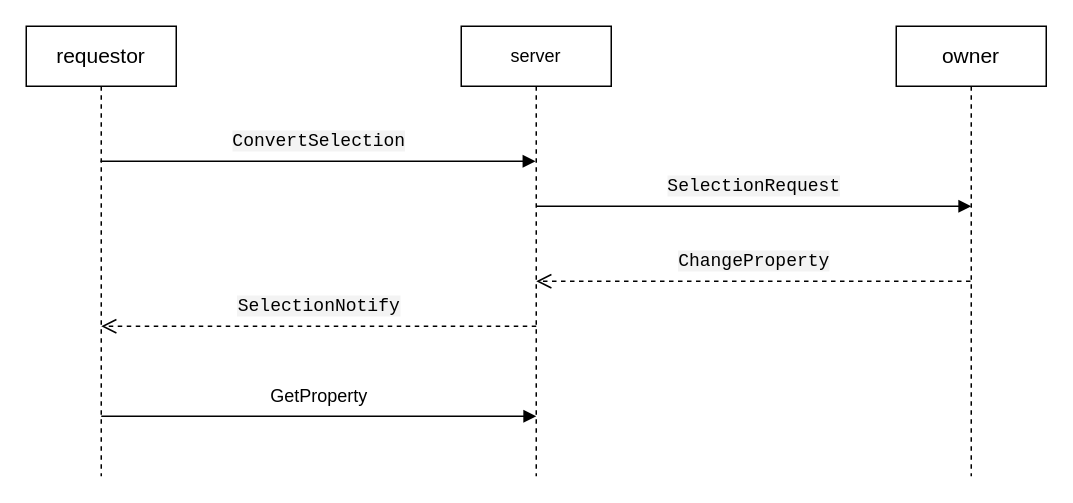
This is clipboard.drawio from jiafengjason/draw.io, a draw.io file, before an edit. Source tidied: cells renumbered, new cells numbered last; positions are measured from the earlier drawing's top-left corner, leaving out a move shared by most shapes. Both pictures are drawn from the tidied source at 150%, with x=0, y=0 at pixel (26, 26).
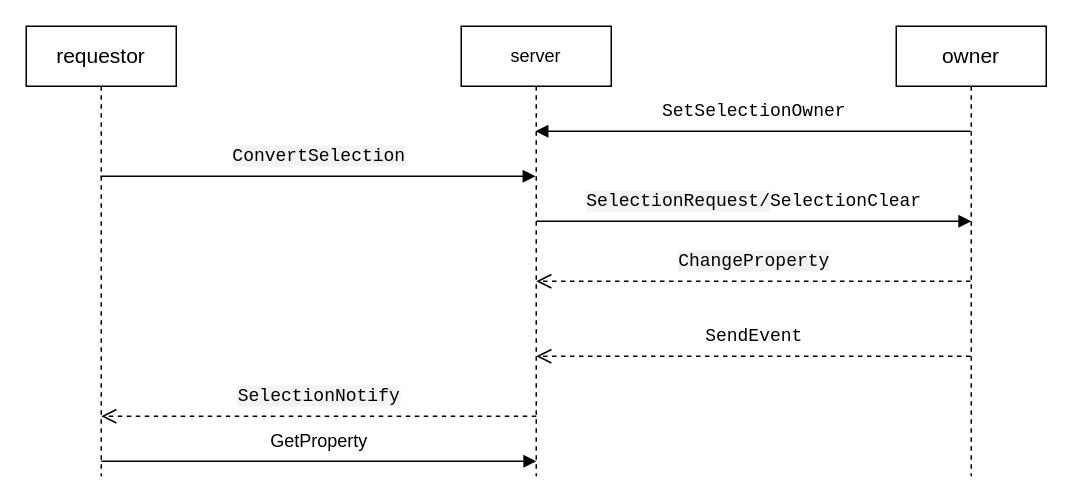
After the change.

The edit, as a diff of the source:
```diff
@@
 <mxGraphModel>
   <root>
     <mxCell id="0" />
     <mxCell id="1" parent="0" />
     <mxCell id="2" value="&lt;article data-content=&quot;[{&amp;quot;type&amp;quot;:&amp;quot;block&amp;quot;,&amp;quot;id&amp;quot;:&amp;quot;aEuA-1730951918483&amp;quot;,&amp;quot;name&amp;quot;:&amp;quot;paragraph&amp;quot;,&amp;quot;data&amp;quot;:{},&amp;quot;nodes&amp;quot;:[{&amp;quot;type&amp;quot;:&amp;quot;text&amp;quot;,&amp;quot;id&amp;quot;:&amp;quot;JCrA-1730877687863&amp;quot;,&amp;quot;leaves&amp;quot;:[{&amp;quot;text&amp;quot;:&amp;quot;owner&amp;quot;,&amp;quot;marks&amp;quot;:[]}]}]}]&quot;&gt;&lt;div style=&quot;white-space-collapse: preserve; line-height: 1.75; font-size: 14px; text-align: left;&quot;&gt;owner&lt;/div&gt;&lt;/article&gt;" style="shape=umlLifeline;perimeter=lifelinePerimeter;whiteSpace=wrap;html=1;newEdgeStyle={&quot;curved&quot;:0,&quot;rounded&quot;:0};" parent="1" vertex="1">
       <mxGeometry x="580" width="100" height="300" as="geometry" />
     </mxCell>
     <mxCell id="3" value="&lt;article data-content=&quot;[{&amp;quot;type&amp;quot;:&amp;quot;block&amp;quot;,&amp;quot;id&amp;quot;:&amp;quot;F44P-1730951996531&amp;quot;,&amp;quot;name&amp;quot;:&amp;quot;paragraph&amp;quot;,&amp;quot;data&amp;quot;:{},&amp;quot;nodes&amp;quot;:[{&amp;quot;type&amp;quot;:&amp;quot;text&amp;quot;,&amp;quot;id&amp;quot;:&amp;quot;avoz-1730877687871&amp;quot;,&amp;quot;leaves&amp;quot;:[{&amp;quot;text&amp;quot;:&amp;quot;requestor&amp;quot;,&amp;quot;marks&amp;quot;:[]}]}]}]&quot;&gt;&lt;div style=&quot;white-space-collapse: preserve; line-height: 1.75; font-size: 14px; text-align: left;&quot;&gt;requestor&lt;/div&gt;&lt;/article&gt;" style="shape=umlLifeline;perimeter=lifelinePerimeter;whiteSpace=wrap;html=1;newEdgeStyle={&quot;curved&quot;:0,&quot;rounded&quot;:0};" parent="1" vertex="1">
       <mxGeometry width="100" height="300" as="geometry" />
     </mxCell>
     <mxCell id="4" value="server" style="shape=umlLifeline;perimeter=lifelinePerimeter;whiteSpace=wrap;html=1;newEdgeStyle={&quot;curved&quot;:0,&quot;rounded&quot;:0};" parent="1" vertex="1">
       <mxGeometry x="290" width="100" height="300" as="geometry" />
     </mxCell>
     <mxCell id="5" value="&lt;article data-content=&quot;[{&amp;quot;type&amp;quot;:&amp;quot;block&amp;quot;,&amp;quot;id&amp;quot;:&amp;quot;3SFj-1730957939369&amp;quot;,&amp;quot;name&amp;quot;:&amp;quot;paragraph&amp;quot;,&amp;quot;data&amp;quot;:{},&amp;quot;nodes&amp;quot;:[{&amp;quot;type&amp;quot;:&amp;quot;text&amp;quot;,&amp;quot;id&amp;quot;:&amp;quot;avoz-1730877687871&amp;quot;,&amp;quot;leaves&amp;quot;:[{&amp;quot;text&amp;quot;:&amp;quot;ConvertSelection&amp;quot;,&amp;quot;marks&amp;quot;:[{&amp;quot;type&amp;quot;:&amp;quot;backgroundColor&amp;quot;,&amp;quot;value&amp;quot;:&amp;quot;rgba(27,&amp;nbsp;31,&amp;nbsp;35,&amp;nbsp;0.05)&amp;quot;},{&amp;quot;type&amp;quot;:&amp;quot;fontSize&amp;quot;,&amp;quot;value&amp;quot;:12},{&amp;quot;type&amp;quot;:&amp;quot;fontFamily&amp;quot;,&amp;quot;value&amp;quot;:&amp;quot;Courier&amp;nbsp;New&amp;quot;}]}]}]}]&quot;&gt;&lt;div style=&quot;white-space:pre-wrap;line-height:1.75;font-size:14px;text-align:left;&quot;&gt;&lt;span style=&quot;background-color: rgba(27, 31, 35, 0.05);font-size: 12px;font-family: Courier New;&quot;&gt;ConvertSelection&lt;/span&gt;&lt;/div&gt;&lt;/article&gt;" style="html=1;verticalAlign=bottom;endArrow=block;curved=0;rounded=0;" parent="1" edge="1">
       <mxGeometry relative="1" as="geometry">
-        <mxPoint x="49.5" y="90" as="sourcePoint" />
-        <mxPoint x="339.5" y="90" as="targetPoint" />
+        <mxPoint x="49.5" y="100" as="sourcePoint" />
+        <mxPoint x="339.5" y="100" as="targetPoint" />
       </mxGeometry>
     </mxCell>
-    <mxCell id="6" value="&lt;article data-content=&quot;[{&amp;quot;type&amp;quot;:&amp;quot;block&amp;quot;,&amp;quot;id&amp;quot;:&amp;quot;3SFj-1730957939369&amp;quot;,&amp;quot;name&amp;quot;:&amp;quot;paragraph&amp;quot;,&amp;quot;data&amp;quot;:{},&amp;quot;nodes&amp;quot;:[{&amp;quot;type&amp;quot;:&amp;quot;text&amp;quot;,&amp;quot;id&amp;quot;:&amp;quot;avoz-1730877687871&amp;quot;,&amp;quot;leaves&amp;quot;:[{&amp;quot;text&amp;quot;:&amp;quot;ConvertSelection&amp;quot;,&amp;quot;marks&amp;quot;:[{&amp;quot;type&amp;quot;:&amp;quot;backgroundColor&amp;quot;,&amp;quot;value&amp;quot;:&amp;quot;rgba(27,&amp;nbsp;31,&amp;nbsp;35,&amp;nbsp;0.05)&amp;quot;},{&amp;quot;type&amp;quot;:&amp;quot;fontSize&amp;quot;,&amp;quot;value&amp;quot;:12},{&amp;quot;type&amp;quot;:&amp;quot;fontFamily&amp;quot;,&amp;quot;value&amp;quot;:&amp;quot;Courier&amp;nbsp;New&amp;quot;}]}]}]}]&quot;&gt;&lt;div style=&quot;white-space:pre-wrap;line-height:1.75;font-size:14px;text-align:left;&quot;&gt;&lt;article data-content=&quot;[{&amp;quot;type&amp;quot;:&amp;quot;block&amp;quot;,&amp;quot;id&amp;quot;:&amp;quot;Torq-1730957968869&amp;quot;,&amp;quot;name&amp;quot;:&amp;quot;paragraph&amp;quot;,&amp;quot;data&amp;quot;:{},&amp;quot;nodes&amp;quot;:[{&amp;quot;type&amp;quot;:&amp;quot;text&amp;quot;,&amp;quot;id&amp;quot;:&amp;quot;D3OK-1730877687873&amp;quot;,&amp;quot;leaves&amp;quot;:[{&amp;quot;text&amp;quot;:&amp;quot;SelectionRequest&amp;quot;,&amp;quot;marks&amp;quot;:[{&amp;quot;type&amp;quot;:&amp;quot;backgroundColor&amp;quot;,&amp;quot;value&amp;quot;:&amp;quot;rgba(27,&amp;nbsp;31,&amp;nbsp;35,&amp;nbsp;0.05)&amp;quot;},{&amp;quot;type&amp;quot;:&amp;quot;fontSize&amp;quot;,&amp;quot;value&amp;quot;:12},{&amp;quot;type&amp;quot;:&amp;quot;fontFamily&amp;quot;,&amp;quot;value&amp;quot;:&amp;quot;Courier&amp;nbsp;New&amp;quot;}]}]}]}]&quot;&gt;&lt;div style=&quot;line-height: 1.75;&quot;&gt;&lt;span style=&quot;background-color: rgba(27, 31, 35, 0.05);font-size: 12px;font-family: Courier New;&quot;&gt;SelectionRequest&lt;/span&gt;&lt;/div&gt;&lt;/article&gt;&lt;/div&gt;&lt;/article&gt;" style="html=1;verticalAlign=bottom;endArrow=block;curved=0;rounded=0;" parent="1" edge="1">
+    <mxCell id="6" value="&lt;article data-content=&quot;[{&amp;quot;type&amp;quot;:&amp;quot;block&amp;quot;,&amp;quot;id&amp;quot;:&amp;quot;3SFj-1730957939369&amp;quot;,&amp;quot;name&amp;quot;:&amp;quot;paragraph&amp;quot;,&amp;quot;data&amp;quot;:{},&amp;quot;nodes&amp;quot;:[{&amp;quot;type&amp;quot;:&amp;quot;text&amp;quot;,&amp;quot;id&amp;quot;:&amp;quot;avoz-1730877687871&amp;quot;,&amp;quot;leaves&amp;quot;:[{&amp;quot;text&amp;quot;:&amp;quot;ConvertSelection&amp;quot;,&amp;quot;marks&amp;quot;:[{&amp;quot;type&amp;quot;:&amp;quot;backgroundColor&amp;quot;,&amp;quot;value&amp;quot;:&amp;quot;rgba(27,&amp;nbsp;31,&amp;nbsp;35,&amp;nbsp;0.05)&amp;quot;},{&amp;quot;type&amp;quot;:&amp;quot;fontSize&amp;quot;,&amp;quot;value&amp;quot;:12},{&amp;quot;type&amp;quot;:&amp;quot;fontFamily&amp;quot;,&amp;quot;value&amp;quot;:&amp;quot;Courier&amp;nbsp;New&amp;quot;}]}]}]}]&quot;&gt;&lt;div style=&quot;line-height: 1.75; text-align: left;&quot;&gt;&lt;article style=&quot;&quot; data-content=&quot;[{&amp;quot;type&amp;quot;:&amp;quot;block&amp;quot;,&amp;quot;id&amp;quot;:&amp;quot;Torq-1730957968869&amp;quot;,&amp;quot;name&amp;quot;:&amp;quot;paragraph&amp;quot;,&amp;quot;data&amp;quot;:{},&amp;quot;nodes&amp;quot;:[{&amp;quot;type&amp;quot;:&amp;quot;text&amp;quot;,&amp;quot;id&amp;quot;:&amp;quot;D3OK-1730877687873&amp;quot;,&amp;quot;leaves&amp;quot;:[{&amp;quot;text&amp;quot;:&amp;quot;SelectionRequest&amp;quot;,&amp;quot;marks&amp;quot;:[{&amp;quot;type&amp;quot;:&amp;quot;backgroundColor&amp;quot;,&amp;quot;value&amp;quot;:&amp;quot;rgba(27,&amp;nbsp;31,&amp;nbsp;35,&amp;nbsp;0.05)&amp;quot;},{&amp;quot;type&amp;quot;:&amp;quot;fontSize&amp;quot;,&amp;quot;value&amp;quot;:12},{&amp;quot;type&amp;quot;:&amp;quot;fontFamily&amp;quot;,&amp;quot;value&amp;quot;:&amp;quot;Courier&amp;nbsp;New&amp;quot;}]}]}]}]&quot;&gt;&lt;div style=&quot;line-height: 1.75;&quot;&gt;&lt;span style=&quot;font-size: 12px; white-space: pre-wrap; background-color: rgba(27, 31, 35, 0.05); font-family: &amp;quot;Courier New&amp;quot;;&quot;&gt;SelectionRequest/&lt;/span&gt;&lt;font face=&quot;Courier New&quot;&gt;&lt;span style=&quot;font-size: 12px; white-space: pre-wrap;&quot;&gt;SelectionClear&lt;/span&gt;&lt;/font&gt;&lt;/div&gt;&lt;/article&gt;&lt;/div&gt;&lt;/article&gt;" style="html=1;verticalAlign=bottom;endArrow=block;curved=0;rounded=0;" parent="1" edge="1">
       <mxGeometry relative="1" as="geometry">
-        <mxPoint x="340" y="120" as="sourcePoint" />
-        <mxPoint x="630" y="120" as="targetPoint" />
+        <mxPoint x="340" y="130" as="sourcePoint" />
+        <mxPoint x="630" y="130" as="targetPoint" />
       </mxGeometry>
     </mxCell>
     <mxCell id="7" value="&lt;article data-content=&quot;[{&amp;quot;type&amp;quot;:&amp;quot;block&amp;quot;,&amp;quot;id&amp;quot;:&amp;quot;j9ZI-1730958037897&amp;quot;,&amp;quot;name&amp;quot;:&amp;quot;paragraph&amp;quot;,&amp;quot;data&amp;quot;:{},&amp;quot;nodes&amp;quot;:[{&amp;quot;type&amp;quot;:&amp;quot;text&amp;quot;,&amp;quot;id&amp;quot;:&amp;quot;Ull5-1730877687875&amp;quot;,&amp;quot;leaves&amp;quot;:[{&amp;quot;text&amp;quot;:&amp;quot;ChangeProperty&amp;quot;,&amp;quot;marks&amp;quot;:[{&amp;quot;type&amp;quot;:&amp;quot;backgroundColor&amp;quot;,&amp;quot;value&amp;quot;:&amp;quot;rgba(27,&amp;nbsp;31,&amp;nbsp;35,&amp;nbsp;0.05)&amp;quot;},{&amp;quot;type&amp;quot;:&amp;quot;fontSize&amp;quot;,&amp;quot;value&amp;quot;:12},{&amp;quot;type&amp;quot;:&amp;quot;fontFamily&amp;quot;,&amp;quot;value&amp;quot;:&amp;quot;Courier&amp;nbsp;New&amp;quot;}]}]}]}]&quot;&gt;&lt;div style=&quot;white-space:pre-wrap;line-height:1.75;font-size:14px;text-align:left;&quot;&gt;&lt;span style=&quot;background-color: rgba(27, 31, 35, 0.05);font-size: 12px;font-family: Courier New;&quot;&gt;ChangeProperty&lt;/span&gt;&lt;/div&gt;&lt;/article&gt;" style="html=1;verticalAlign=bottom;endArrow=open;dashed=1;endSize=8;curved=0;rounded=0;" parent="1" edge="1">
       <mxGeometry relative="1" as="geometry">
         <mxPoint x="629.5" y="170" as="sourcePoint" />
         <mxPoint x="340" y="170" as="targetPoint" />
       </mxGeometry>
     </mxCell>
     <mxCell id="8" value="&lt;article data-content=&quot;[{&amp;quot;type&amp;quot;:&amp;quot;block&amp;quot;,&amp;quot;id&amp;quot;:&amp;quot;j9ZI-1730958037897&amp;quot;,&amp;quot;name&amp;quot;:&amp;quot;paragraph&amp;quot;,&amp;quot;data&amp;quot;:{},&amp;quot;nodes&amp;quot;:[{&amp;quot;type&amp;quot;:&amp;quot;text&amp;quot;,&amp;quot;id&amp;quot;:&amp;quot;Ull5-1730877687875&amp;quot;,&amp;quot;leaves&amp;quot;:[{&amp;quot;text&amp;quot;:&amp;quot;ChangeProperty&amp;quot;,&amp;quot;marks&amp;quot;:[{&amp;quot;type&amp;quot;:&amp;quot;backgroundColor&amp;quot;,&amp;quot;value&amp;quot;:&amp;quot;rgba(27,&amp;nbsp;31,&amp;nbsp;35,&amp;nbsp;0.05)&amp;quot;},{&amp;quot;type&amp;quot;:&amp;quot;fontSize&amp;quot;,&amp;quot;value&amp;quot;:12},{&amp;quot;type&amp;quot;:&amp;quot;fontFamily&amp;quot;,&amp;quot;value&amp;quot;:&amp;quot;Courier&amp;nbsp;New&amp;quot;}]}]}]}]&quot;&gt;&lt;div style=&quot;white-space:pre-wrap;line-height:1.75;font-size:14px;text-align:left;&quot;&gt;&lt;article data-content=&quot;[{&amp;quot;type&amp;quot;:&amp;quot;block&amp;quot;,&amp;quot;id&amp;quot;:&amp;quot;VEhw-1730959200791&amp;quot;,&amp;quot;name&amp;quot;:&amp;quot;paragraph&amp;quot;,&amp;quot;data&amp;quot;:{},&amp;quot;nodes&amp;quot;:[{&amp;quot;type&amp;quot;:&amp;quot;text&amp;quot;,&amp;quot;id&amp;quot;:&amp;quot;f77g-1730877687877&amp;quot;,&amp;quot;leaves&amp;quot;:[{&amp;quot;text&amp;quot;:&amp;quot;SelectionNotify&amp;quot;,&amp;quot;marks&amp;quot;:[{&amp;quot;type&amp;quot;:&amp;quot;backgroundColor&amp;quot;,&amp;quot;value&amp;quot;:&amp;quot;rgba(27,&amp;nbsp;31,&amp;nbsp;35,&amp;nbsp;0.05)&amp;quot;},{&amp;quot;type&amp;quot;:&amp;quot;fontSize&amp;quot;,&amp;quot;value&amp;quot;:12},{&amp;quot;type&amp;quot;:&amp;quot;fontFamily&amp;quot;,&amp;quot;value&amp;quot;:&amp;quot;Courier&amp;nbsp;New&amp;quot;}]}]}]}]&quot;&gt;&lt;div style=&quot;line-height: 1.75;&quot;&gt;&lt;span style=&quot;background-color: rgba(27, 31, 35, 0.05);font-size: 12px;font-family: Courier New;&quot;&gt;SelectionNotify&lt;/span&gt;&lt;/div&gt;&lt;/article&gt;&lt;/div&gt;&lt;/article&gt;" style="html=1;verticalAlign=bottom;endArrow=open;dashed=1;endSize=8;curved=0;rounded=0;" parent="1" edge="1">
       <mxGeometry relative="1" as="geometry">
-        <mxPoint x="340" y="200" as="sourcePoint" />
-        <mxPoint x="50" y="200" as="targetPoint" />
+        <mxPoint x="340" y="260" as="sourcePoint" />
+        <mxPoint x="50" y="260" as="targetPoint" />
       </mxGeometry>
     </mxCell>
     <mxCell id="9" value="&lt;article data-content=&quot;[{&amp;quot;type&amp;quot;:&amp;quot;block&amp;quot;,&amp;quot;id&amp;quot;:&amp;quot;3SFj-1730957939369&amp;quot;,&amp;quot;name&amp;quot;:&amp;quot;paragraph&amp;quot;,&amp;quot;data&amp;quot;:{},&amp;quot;nodes&amp;quot;:[{&amp;quot;type&amp;quot;:&amp;quot;text&amp;quot;,&amp;quot;id&amp;quot;:&amp;quot;avoz-1730877687871&amp;quot;,&amp;quot;leaves&amp;quot;:[{&amp;quot;text&amp;quot;:&amp;quot;ConvertSelection&amp;quot;,&amp;quot;marks&amp;quot;:[{&amp;quot;type&amp;quot;:&amp;quot;backgroundColor&amp;quot;,&amp;quot;value&amp;quot;:&amp;quot;rgba(27,&amp;nbsp;31,&amp;nbsp;35,&amp;nbsp;0.05)&amp;quot;},{&amp;quot;type&amp;quot;:&amp;quot;fontSize&amp;quot;,&amp;quot;value&amp;quot;:12},{&amp;quot;type&amp;quot;:&amp;quot;fontFamily&amp;quot;,&amp;quot;value&amp;quot;:&amp;quot;Courier&amp;nbsp;New&amp;quot;}]}]}]}]&quot;&gt;&lt;div style=&quot;white-space:pre-wrap;line-height:1.75;font-size:14px;text-align:left;&quot;&gt;&lt;article data-content=&quot;[{&amp;quot;type&amp;quot;:&amp;quot;block&amp;quot;,&amp;quot;id&amp;quot;:&amp;quot;d8XY-1730960666272&amp;quot;,&amp;quot;name&amp;quot;:&amp;quot;paragraph&amp;quot;,&amp;quot;data&amp;quot;:{},&amp;quot;nodes&amp;quot;:[{&amp;quot;type&amp;quot;:&amp;quot;text&amp;quot;,&amp;quot;id&amp;quot;:&amp;quot;1brN-1730877687879&amp;quot;,&amp;quot;leaves&amp;quot;:[{&amp;quot;text&amp;quot;:&amp;quot;GetProperty&amp;quot;,&amp;quot;marks&amp;quot;:[{&amp;quot;type&amp;quot;:&amp;quot;fontSize&amp;quot;,&amp;quot;value&amp;quot;:12}]}]}]}]&quot;&gt;&lt;div style=&quot;line-height: 1.75;&quot;&gt;&lt;span style=&quot;font-size: 12px;&quot;&gt;GetProperty&lt;/span&gt;&lt;/div&gt;&lt;/article&gt;&lt;/div&gt;&lt;/article&gt;" style="html=1;verticalAlign=bottom;endArrow=block;curved=0;rounded=0;" parent="1" edge="1">
       <mxGeometry relative="1" as="geometry">
-        <mxPoint x="50" y="260" as="sourcePoint" />
-        <mxPoint x="340" y="260" as="targetPoint" />
+        <mxPoint x="50" y="290" as="sourcePoint" />
+        <mxPoint x="340" y="290" as="targetPoint" />
       </mxGeometry>
     </mxCell>
+    <mxCell id="10" value="&lt;article data-content=&quot;[{&amp;quot;type&amp;quot;:&amp;quot;block&amp;quot;,&amp;quot;id&amp;quot;:&amp;quot;3SFj-1730957939369&amp;quot;,&amp;quot;name&amp;quot;:&amp;quot;paragraph&amp;quot;,&amp;quot;data&amp;quot;:{},&amp;quot;nodes&amp;quot;:[{&amp;quot;type&amp;quot;:&amp;quot;text&amp;quot;,&amp;quot;id&amp;quot;:&amp;quot;avoz-1730877687871&amp;quot;,&amp;quot;leaves&amp;quot;:[{&amp;quot;text&amp;quot;:&amp;quot;ConvertSelection&amp;quot;,&amp;quot;marks&amp;quot;:[{&amp;quot;type&amp;quot;:&amp;quot;backgroundColor&amp;quot;,&amp;quot;value&amp;quot;:&amp;quot;rgba(27,&amp;nbsp;31,&amp;nbsp;35,&amp;nbsp;0.05)&amp;quot;},{&amp;quot;type&amp;quot;:&amp;quot;fontSize&amp;quot;,&amp;quot;value&amp;quot;:12},{&amp;quot;type&amp;quot;:&amp;quot;fontFamily&amp;quot;,&amp;quot;value&amp;quot;:&amp;quot;Courier&amp;nbsp;New&amp;quot;}]}]}]}]&quot;&gt;&lt;div style=&quot;line-height: 1.75; text-align: left;&quot;&gt;&lt;font face=&quot;Courier New&quot;&gt;&lt;span style=&quot;font-size: 12px; white-space: pre-wrap;&quot;&gt;SetSelectionOwner&lt;/span&gt;&lt;/font&gt;&lt;/div&gt;&lt;/article&gt;" style="html=1;verticalAlign=bottom;endArrow=block;curved=0;rounded=0;" parent="1" edge="1">
+      <mxGeometry relative="1" as="geometry">
+        <mxPoint x="629.5" y="70" as="sourcePoint" />
+        <mxPoint x="339.5" y="70" as="targetPoint" />
+      </mxGeometry>
+    </mxCell>
+    <mxCell id="11" value="&lt;article data-content=&quot;[{&amp;quot;type&amp;quot;:&amp;quot;block&amp;quot;,&amp;quot;id&amp;quot;:&amp;quot;j9ZI-1730958037897&amp;quot;,&amp;quot;name&amp;quot;:&amp;quot;paragraph&amp;quot;,&amp;quot;data&amp;quot;:{},&amp;quot;nodes&amp;quot;:[{&amp;quot;type&amp;quot;:&amp;quot;text&amp;quot;,&amp;quot;id&amp;quot;:&amp;quot;Ull5-1730877687875&amp;quot;,&amp;quot;leaves&amp;quot;:[{&amp;quot;text&amp;quot;:&amp;quot;ChangeProperty&amp;quot;,&amp;quot;marks&amp;quot;:[{&amp;quot;type&amp;quot;:&amp;quot;backgroundColor&amp;quot;,&amp;quot;value&amp;quot;:&amp;quot;rgba(27,&amp;nbsp;31,&amp;nbsp;35,&amp;nbsp;0.05)&amp;quot;},{&amp;quot;type&amp;quot;:&amp;quot;fontSize&amp;quot;,&amp;quot;value&amp;quot;:12},{&amp;quot;type&amp;quot;:&amp;quot;fontFamily&amp;quot;,&amp;quot;value&amp;quot;:&amp;quot;Courier&amp;nbsp;New&amp;quot;}]}]}]}]&quot;&gt;&lt;div style=&quot;line-height: 1.75; text-align: left;&quot;&gt;&lt;font face=&quot;Courier New&quot;&gt;&lt;span style=&quot;font-size: 12px; white-space: pre-wrap;&quot;&gt;SendEvent&lt;/span&gt;&lt;/font&gt;&lt;/div&gt;&lt;/article&gt;" style="html=1;verticalAlign=bottom;endArrow=open;dashed=1;endSize=8;curved=0;rounded=0;" parent="1" edge="1">
+      <mxGeometry relative="1" as="geometry">
+        <mxPoint x="629.5" y="220" as="sourcePoint" />
+        <mxPoint x="340" y="220" as="targetPoint" />
+      </mxGeometry>
+    </mxCell>
   </root>
 </mxGraphModel>
```
